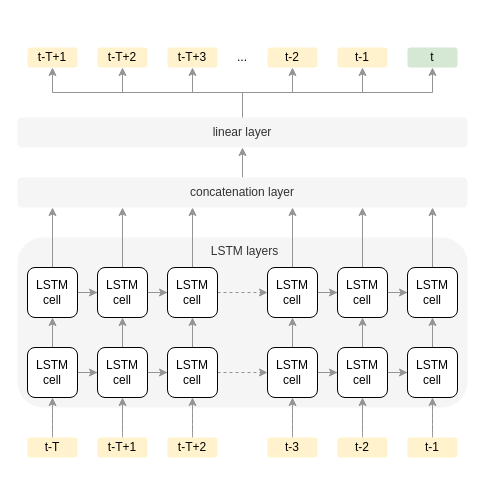
Above: docs/nn.drawio in uoe-mlp/pythia (draw.io), before the change. Source tidied: cells renumbered, new cells numbered last; positions are measured from the earlier drawing's top-left corner, leaving out a move shared by most shapes. Both pictures are drawn from the tidied source at 100%, with x=0, y=0 at pixel (17, 47).
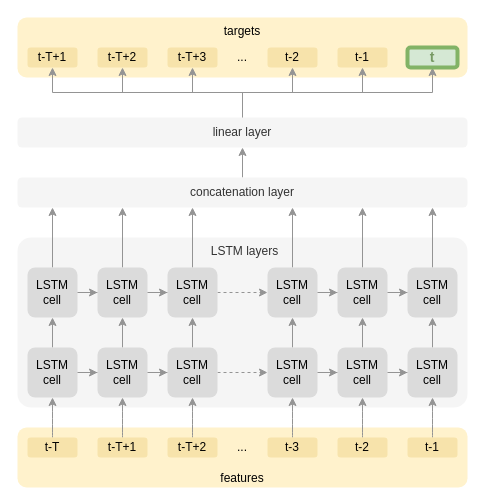
The same page after the edit.

Change to the diagram source:
```diff
@@
+    <mxCell id="65" value="targets" style="rounded=1;whiteSpace=wrap;html=1;shadow=0;glass=0;sketch=0;align=center;fillColor=#fff2cc;verticalAlign=top;strokeColor=none;" parent="1" vertex="1">
+      <mxGeometry y="-30" width="450" height="60" as="geometry" />
+    </mxCell>
+    <mxCell id="66" value="features" style="rounded=1;whiteSpace=wrap;html=1;shadow=0;glass=0;sketch=0;align=center;verticalAlign=bottom;fillColor=#fff2cc;strokeColor=none;" parent="1" vertex="1">
+      <mxGeometry y="380" width="450" height="60" as="geometry" />
+    </mxCell>
-    <mxCell id="2" value="LSTM&amp;nbsp;layers" style="rounded=1;whiteSpace=wrap;html=1;shadow=0;sketch=0;glass=0;fillColor=#f5f5f5;fontColor=#333333;strokeColor=none;align=center;spacingRight=7;spacingLeft=12;verticalAlign=top;" parent="1" vertex="1">
+    <mxCell id="2" value="LSTM&amp;nbsp;layers" style="rounded=1;whiteSpace=wrap;html=1;shadow=0;sketch=0;glass=0;fillColor=#f5f5f5;fontColor=#333333;strokeColor=none;align=center;spacingRight=7;spacingLeft=12;verticalAlign=top;arcSize=8;" parent="1" vertex="1">
       <mxGeometry y="190" width="450" height="170" as="geometry" />
     </mxCell>
@@
-    <mxCell id="5" value="LSTM&lt;br&gt;cell" style="rounded=1;whiteSpace=wrap;html=1;" parent="1" vertex="1">
+    <mxCell id="5" value="LSTM&lt;br&gt;cell" style="rounded=1;whiteSpace=wrap;html=1;strokeColor=none;fillColor=#DBDBDB;" parent="1" vertex="1">
       <mxGeometry x="10" y="300" width="50" height="50" as="geometry" />
     </mxCell>
@@
-    <mxCell id="8" value="LSTM&lt;br&gt;cell" style="rounded=1;whiteSpace=wrap;html=1;" parent="1" vertex="1">
+    <mxCell id="8" value="LSTM&lt;br&gt;cell" style="rounded=1;whiteSpace=wrap;html=1;strokeColor=none;fillColor=#DBDBDB;" parent="1" vertex="1">
       <mxGeometry x="80" y="300" width="50" height="50" as="geometry" />
     </mxCell>
@@
-    <mxCell id="11" value="LSTM&lt;br&gt;cell" style="rounded=1;whiteSpace=wrap;html=1;" parent="1" vertex="1">
+    <mxCell id="11" value="LSTM&lt;br&gt;cell" style="rounded=1;whiteSpace=wrap;html=1;strokeColor=none;fillColor=#DBDBDB;" parent="1" vertex="1">
       <mxGeometry x="150" y="300" width="50" height="50" as="geometry" />
     </mxCell>
@@
-    <mxCell id="14" value="LSTM&lt;br&gt;cell" style="rounded=1;whiteSpace=wrap;html=1;" parent="1" vertex="1">
+    <mxCell id="14" value="LSTM&lt;br&gt;cell" style="rounded=1;whiteSpace=wrap;html=1;strokeColor=none;fillColor=#DBDBDB;" parent="1" vertex="1">
       <mxGeometry x="250" y="300" width="50" height="50" as="geometry" />
     </mxCell>
@@
-    <mxCell id="17" value="LSTM&lt;br&gt;cell" style="rounded=1;whiteSpace=wrap;html=1;" parent="1" vertex="1">
+    <mxCell id="17" value="LSTM&lt;br&gt;cell" style="rounded=1;whiteSpace=wrap;html=1;strokeColor=none;fillColor=#DBDBDB;" parent="1" vertex="1">
       <mxGeometry x="320" y="300" width="50" height="50" as="geometry" />
     </mxCell>
@@
-    <mxCell id="19" value="LSTM&lt;br&gt;cell" style="rounded=1;whiteSpace=wrap;html=1;" parent="1" vertex="1">
+    <mxCell id="19" value="LSTM&lt;br&gt;cell" style="rounded=1;whiteSpace=wrap;html=1;strokeColor=none;fillColor=#DBDBDB;" parent="1" vertex="1">
       <mxGeometry x="390" y="300" width="50" height="50" as="geometry" />
     </mxCell>
@@
-    <mxCell id="22" value="LSTM&lt;br&gt;cell" style="rounded=1;whiteSpace=wrap;html=1;" parent="1" vertex="1">
+    <mxCell id="22" value="LSTM&lt;br&gt;cell" style="rounded=1;whiteSpace=wrap;html=1;strokeColor=none;fillColor=#DBDBDB;" parent="1" vertex="1">
       <mxGeometry x="10" y="220" width="50" height="50" as="geometry" />
     </mxCell>
@@
-    <mxCell id="25" value="LSTM&lt;br&gt;cell" style="rounded=1;whiteSpace=wrap;html=1;" parent="1" vertex="1">
+    <mxCell id="25" value="LSTM&lt;br&gt;cell" style="rounded=1;whiteSpace=wrap;html=1;strokeColor=none;fillColor=#DBDBDB;" parent="1" vertex="1">
       <mxGeometry x="80" y="220" width="50" height="50" as="geometry" />
     </mxCell>
@@
-    <mxCell id="28" value="LSTM&lt;br&gt;cell" style="rounded=1;whiteSpace=wrap;html=1;" parent="1" vertex="1">
+    <mxCell id="28" value="LSTM&lt;br&gt;cell" style="rounded=1;whiteSpace=wrap;html=1;strokeColor=none;fillColor=#DBDBDB;" parent="1" vertex="1">
       <mxGeometry x="150" y="220" width="50" height="50" as="geometry" />
     </mxCell>
@@
-    <mxCell id="31" value="LSTM&lt;br&gt;cell" style="rounded=1;whiteSpace=wrap;html=1;" parent="1" vertex="1">
+    <mxCell id="31" value="LSTM&lt;br&gt;cell" style="rounded=1;whiteSpace=wrap;html=1;strokeColor=none;fillColor=#DBDBDB;" parent="1" vertex="1">
       <mxGeometry x="250" y="220" width="50" height="50" as="geometry" />
     </mxCell>
@@
-    <mxCell id="34" value="LSTM&lt;br&gt;cell" style="rounded=1;whiteSpace=wrap;html=1;" parent="1" vertex="1">
+    <mxCell id="34" value="LSTM&lt;br&gt;cell" style="rounded=1;whiteSpace=wrap;html=1;strokeColor=none;fillColor=#DBDBDB;" parent="1" vertex="1">
       <mxGeometry x="320" y="220" width="50" height="50" as="geometry" />
     </mxCell>
@@
-    <mxCell id="36" value="LSTM&lt;br&gt;cell" style="rounded=1;whiteSpace=wrap;html=1;" parent="1" vertex="1">
+    <mxCell id="36" value="LSTM&lt;br&gt;cell" style="rounded=1;whiteSpace=wrap;html=1;strokeColor=none;fillColor=#DBDBDB;" parent="1" vertex="1">
       <mxGeometry x="390" y="220" width="50" height="50" as="geometry" />
     </mxCell>
@@
-    <mxCell id="40" value="t-3" style="rounded=1;whiteSpace=wrap;html=1;fillColor=#fff2cc;strokeColor=none;" parent="1" vertex="1">
+    <mxCell id="40" value="t-3" style="rounded=1;whiteSpace=wrap;html=1;strokeColor=none;fillColor=#F7E3AB;" parent="1" vertex="1">
       <mxGeometry x="250" y="390" width="50" height="20" as="geometry" />
     </mxCell>
@@
-    <mxCell id="42" value="t-2" style="rounded=1;whiteSpace=wrap;html=1;fillColor=#fff2cc;strokeColor=none;" parent="1" vertex="1">
+    <mxCell id="42" value="t-2" style="rounded=1;whiteSpace=wrap;html=1;strokeColor=none;fillColor=#F7E3AB;" parent="1" vertex="1">
       <mxGeometry x="320" y="390" width="50" height="20" as="geometry" />
     </mxCell>
@@
-    <mxCell id="44" value="t-1" style="rounded=1;whiteSpace=wrap;html=1;fillColor=#fff2cc;strokeColor=none;" parent="1" vertex="1">
+    <mxCell id="44" value="t-1" style="rounded=1;whiteSpace=wrap;html=1;strokeColor=none;fillColor=#F7E3AB;" parent="1" vertex="1">
       <mxGeometry x="390" y="390" width="50" height="20" as="geometry" />
     </mxCell>
@@
-    <mxCell id="46" value="t-T" style="rounded=1;whiteSpace=wrap;html=1;fillColor=#fff2cc;strokeColor=none;" parent="1" vertex="1">
+    <mxCell id="46" value="t-T" style="rounded=1;whiteSpace=wrap;html=1;strokeColor=none;fillColor=#F7E3AB;" parent="1" vertex="1">
       <mxGeometry x="10" y="390" width="50" height="20" as="geometry" />
     </mxCell>
@@
-    <mxCell id="48" value="t-T+1" style="rounded=1;whiteSpace=wrap;html=1;fillColor=#fff2cc;strokeColor=none;" parent="1" vertex="1">
+    <mxCell id="48" value="t-T+1" style="rounded=1;whiteSpace=wrap;html=1;strokeColor=none;fillColor=#F7E3AB;" parent="1" vertex="1">
       <mxGeometry x="80" y="390" width="50" height="20" as="geometry" />
     </mxCell>
@@
-    <mxCell id="50" value="t-T+2" style="rounded=1;whiteSpace=wrap;html=1;fillColor=#fff2cc;strokeColor=none;" parent="1" vertex="1">
+    <mxCell id="50" value="t-T+2" style="rounded=1;whiteSpace=wrap;html=1;strokeColor=none;fillColor=#F7E3AB;" parent="1" vertex="1">
       <mxGeometry x="150" y="390" width="50" height="20" as="geometry" />
     </mxCell>
@@
-    <mxCell id="58" value="t-2" style="rounded=1;whiteSpace=wrap;html=1;fillColor=#fff2cc;strokeColor=none;" parent="1" vertex="1">
+    <mxCell id="58" value="t-2" style="rounded=1;whiteSpace=wrap;html=1;strokeColor=none;fillColor=#F7E3AB;" parent="1" vertex="1">
       <mxGeometry x="250" width="50" height="20" as="geometry" />
     </mxCell>
-    <mxCell id="59" value="t-1" style="rounded=1;whiteSpace=wrap;html=1;fillColor=#fff2cc;strokeColor=none;" parent="1" vertex="1">
+    <mxCell id="59" value="t-1" style="rounded=1;whiteSpace=wrap;html=1;strokeColor=none;fillColor=#F7E3AB;" parent="1" vertex="1">
       <mxGeometry x="320" width="50" height="20" as="geometry" />
     </mxCell>
-    <mxCell id="60" value="t" style="rounded=1;whiteSpace=wrap;html=1;fillColor=#d5e8d4;strokeColor=none;" parent="1" vertex="1">
+    <mxCell id="60" value="t" style="rounded=1;whiteSpace=wrap;html=1;fillColor=#d5e8d4;strokeColor=#82b366;fontStyle=1;fontSize=14;strokeWidth=4;fontColor=#779963;" parent="1" vertex="1">
       <mxGeometry x="390" width="50" height="20" as="geometry" />
     </mxCell>
-    <mxCell id="61" value="t-T+1" style="rounded=1;whiteSpace=wrap;html=1;fillColor=#fff2cc;strokeColor=none;" parent="1" vertex="1">
+    <mxCell id="61" value="t-T+1" style="rounded=1;whiteSpace=wrap;html=1;strokeColor=none;fillColor=#F7E3AB;" parent="1" vertex="1">
       <mxGeometry x="10" width="50" height="20" as="geometry" />
     </mxCell>
-    <mxCell id="62" value="t-T+2" style="rounded=1;whiteSpace=wrap;html=1;fillColor=#fff2cc;strokeColor=none;" parent="1" vertex="1">
+    <mxCell id="62" value="t-T+2" style="rounded=1;whiteSpace=wrap;html=1;strokeColor=none;fillColor=#F7E3AB;" parent="1" vertex="1">
       <mxGeometry x="80" width="50" height="20" as="geometry" />
     </mxCell>
-    <mxCell id="63" value="t-T+3" style="rounded=1;whiteSpace=wrap;html=1;fillColor=#fff2cc;strokeColor=none;" parent="1" vertex="1">
+    <mxCell id="63" value="t-T+3" style="rounded=1;whiteSpace=wrap;html=1;strokeColor=none;fillColor=#F7E3AB;" parent="1" vertex="1">
       <mxGeometry x="150" width="50" height="20" as="geometry" />
     </mxCell>
@@
+    <mxCell id="67" value="..." style="text;html=1;strokeColor=none;fillColor=none;align=center;verticalAlign=middle;whiteSpace=wrap;rounded=0;" parent="1" vertex="1">
+      <mxGeometry x="205" y="390" width="40" height="20" as="geometry" />
+    </mxCell>
```
